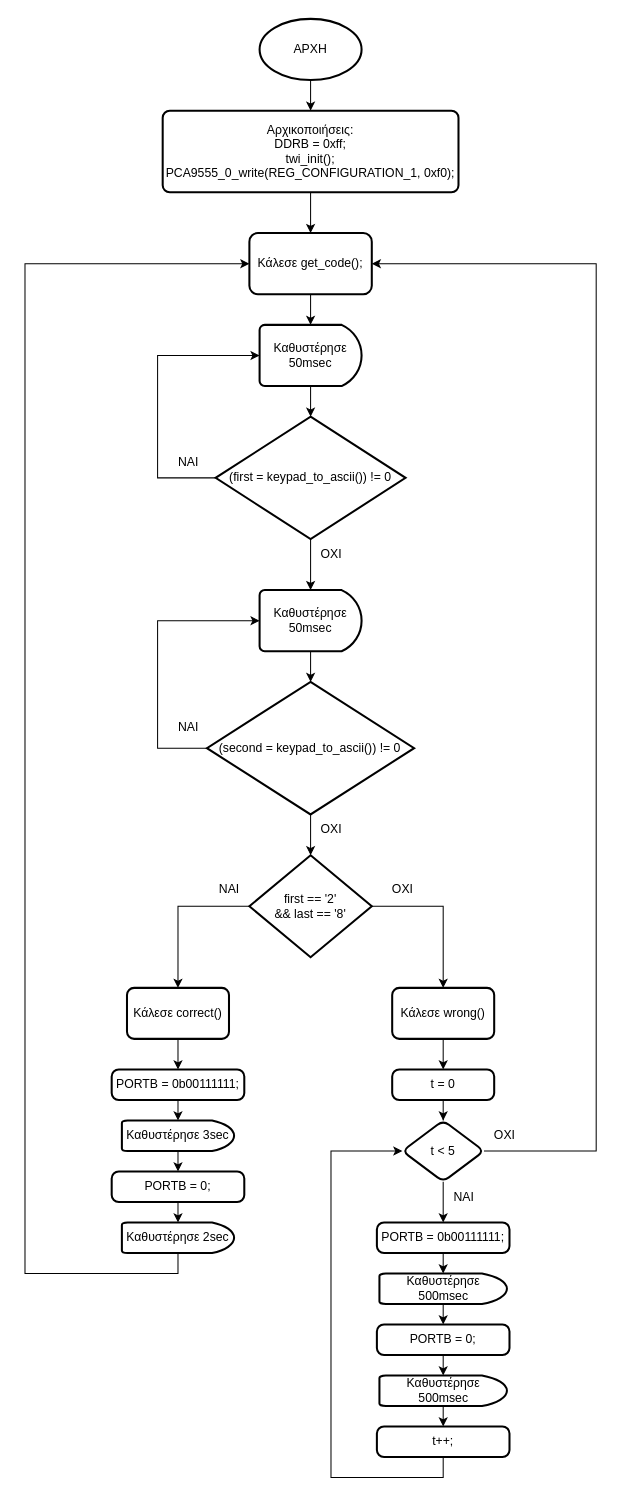
Earlier version of the draw.io diagram Lab6/Ex6_3/MicroLab_Ex6_3.drawio (konstantinosk31/Microcomputer-Lab). Source tidied: cells renumbered, new cells numbered last; positions are measured from the earlier drawing's top-left corner, leaving out a move shared by most shapes. Both pictures are drawn from the tidied source at 102%, with x=0, y=0 at pixel (24, 18).
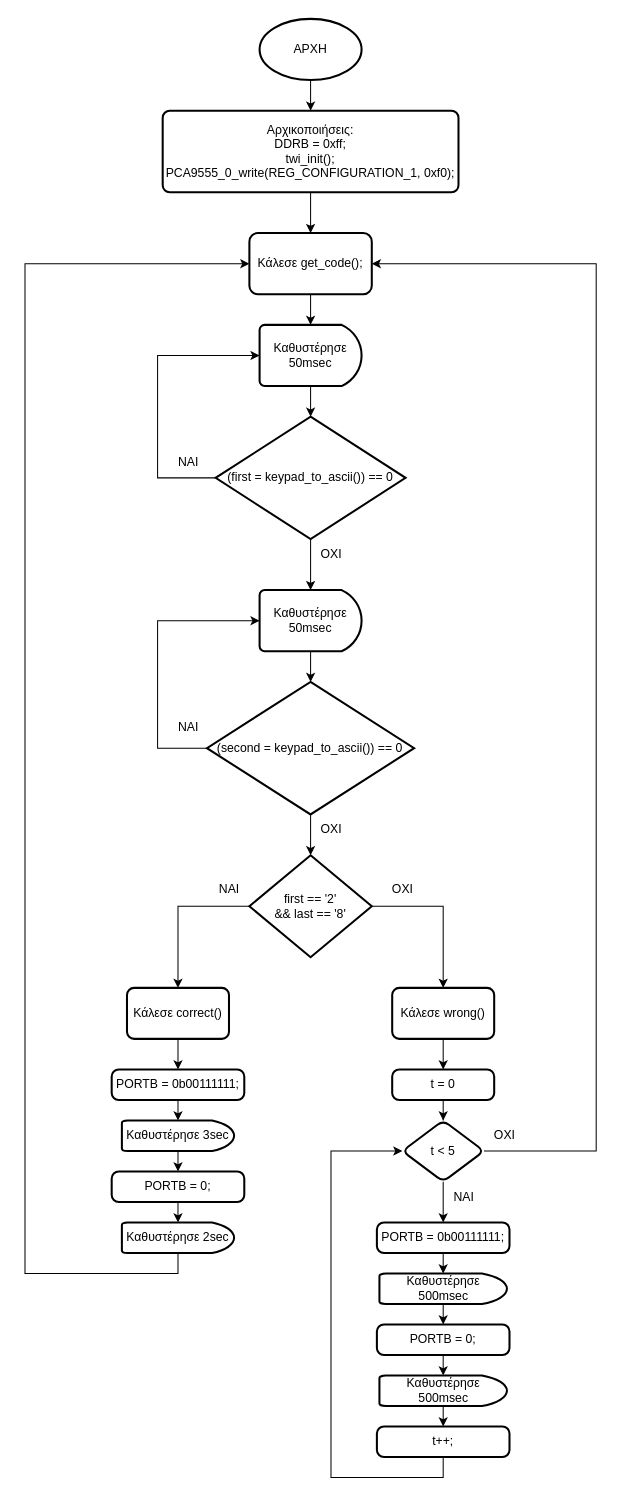
The same page after the edit.

Commit message (it also covers changes not shown here):
Fixed minor error in flowchart

Change to the diagram source:
```diff
@@
-    <mxCell id="10" value="(first = keypad_to_ascii()) != 0" style="rhombus;whiteSpace=wrap;html=1;strokeWidth=2;" parent="1" vertex="1">
+    <mxCell id="10" value="(first = keypad_to_ascii()) == 0" style="rhombus;whiteSpace=wrap;html=1;strokeWidth=2;" parent="1" vertex="1">
       <mxGeometry x="186.9" y="390" width="186.2" height="120" as="geometry" />
     </mxCell>
@@
-    <mxCell id="17" value="(second = keypad_to_ascii()) != 0" style="rhombus;whiteSpace=wrap;html=1;strokeWidth=2;" parent="1" vertex="1">
+    <mxCell id="17" value="(second = keypad_to_ascii()) == 0" style="rhombus;whiteSpace=wrap;html=1;strokeWidth=2;" parent="1" vertex="1">
       <mxGeometry x="178.4" y="650" width="203.1" height="130" as="geometry" />
     </mxCell>
```
